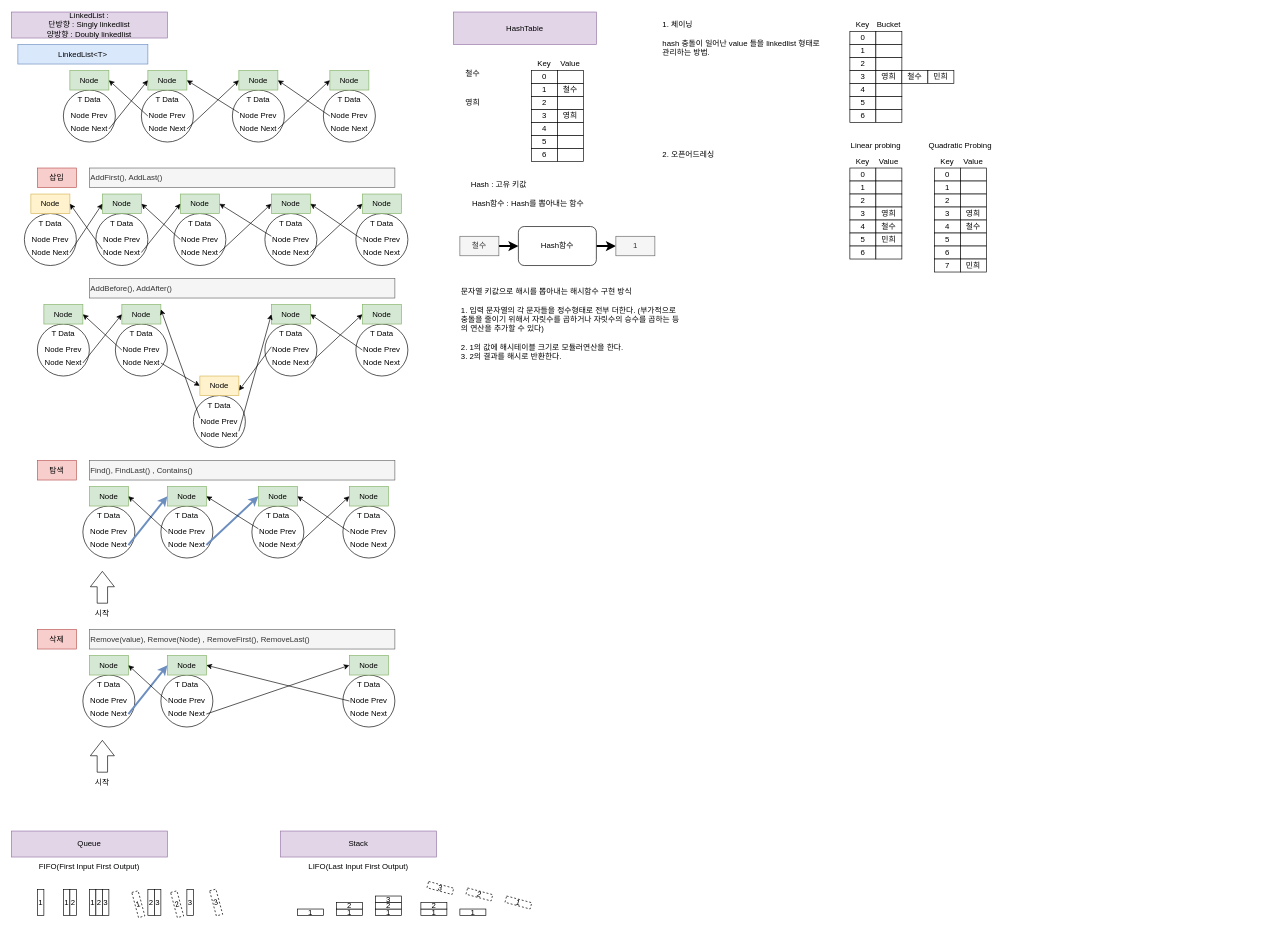
Before: Collections.drawio in luke-youngmin-cho/UnityEngineBasic_4th, a draw.io diagram. Source tidied: cells renumbered, new cells numbered last; positions are measured from the earlier drawing's top-left corner, leaving out a move shared by most shapes. Both pictures are drawn from the tidied source at 65%, with x=0, y=0 at pixel (11, 12).
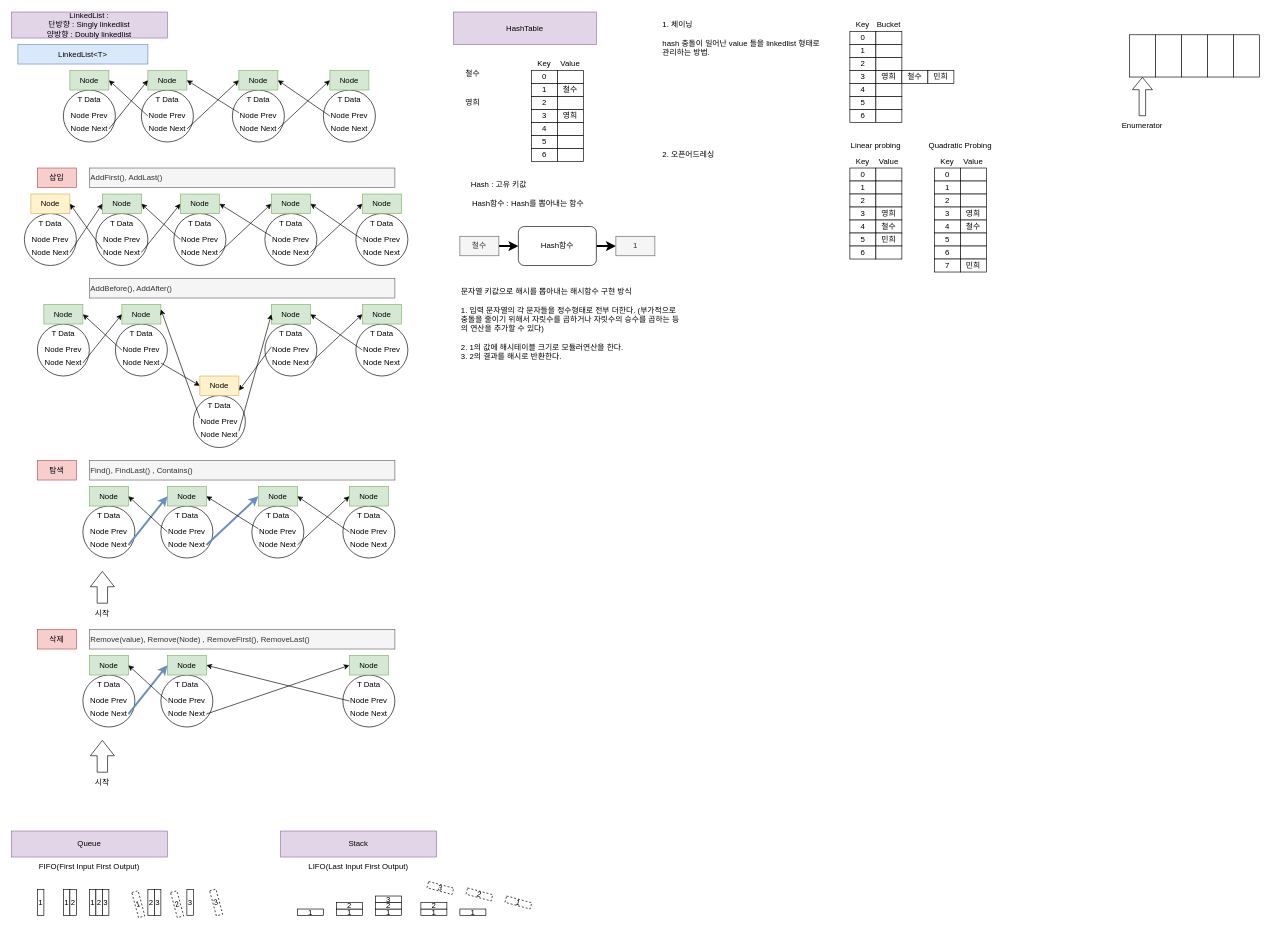
The same diagram, later.

Change to the diagram source:
```diff
@@
+    <mxCell id="262" style="rounded=0;whiteSpace=wrap;html=1;" parent="1" vertex="1">
+      <mxGeometry x="1720" y="35" width="40" height="65" as="geometry" />
+    </mxCell>
+    <mxCell id="263" style="rounded=0;whiteSpace=wrap;html=1;" parent="1" vertex="1">
+      <mxGeometry x="1760" y="35" width="40" height="65" as="geometry" />
+    </mxCell>
+    <mxCell id="264" style="rounded=0;whiteSpace=wrap;html=1;" parent="1" vertex="1">
+      <mxGeometry x="1800" y="35" width="40" height="65" as="geometry" />
+    </mxCell>
+    <mxCell id="265" style="rounded=0;whiteSpace=wrap;html=1;" parent="1" vertex="1">
+      <mxGeometry x="1840" y="35" width="40" height="65" as="geometry" />
+    </mxCell>
+    <mxCell id="266" style="rounded=0;whiteSpace=wrap;html=1;" parent="1" vertex="1">
+      <mxGeometry x="1880" y="35" width="40" height="65" as="geometry" />
+    </mxCell>
+    <mxCell id="267" style="shape=flexArrow;endArrow=classic;html=1;rounded=0;entryX=0.5;entryY=1;entryDx=0;entryDy=0;" parent="1" edge="1">
+      <mxGeometry relative="1" as="geometry">
+        <mxPoint x="1740" y="160" as="sourcePoint" />
+        <mxPoint x="1740" y="100" as="targetPoint" />
+      </mxGeometry>
+    </mxCell>
+    <mxCell id="268" value="Enumerator" style="text;html=1;strokeColor=none;fillColor=none;align=center;verticalAlign=middle;whiteSpace=wrap;rounded=0;" parent="1" vertex="1">
+      <mxGeometry x="1700" y="160" width="80" height="30" as="geometry" />
+    </mxCell>
```
